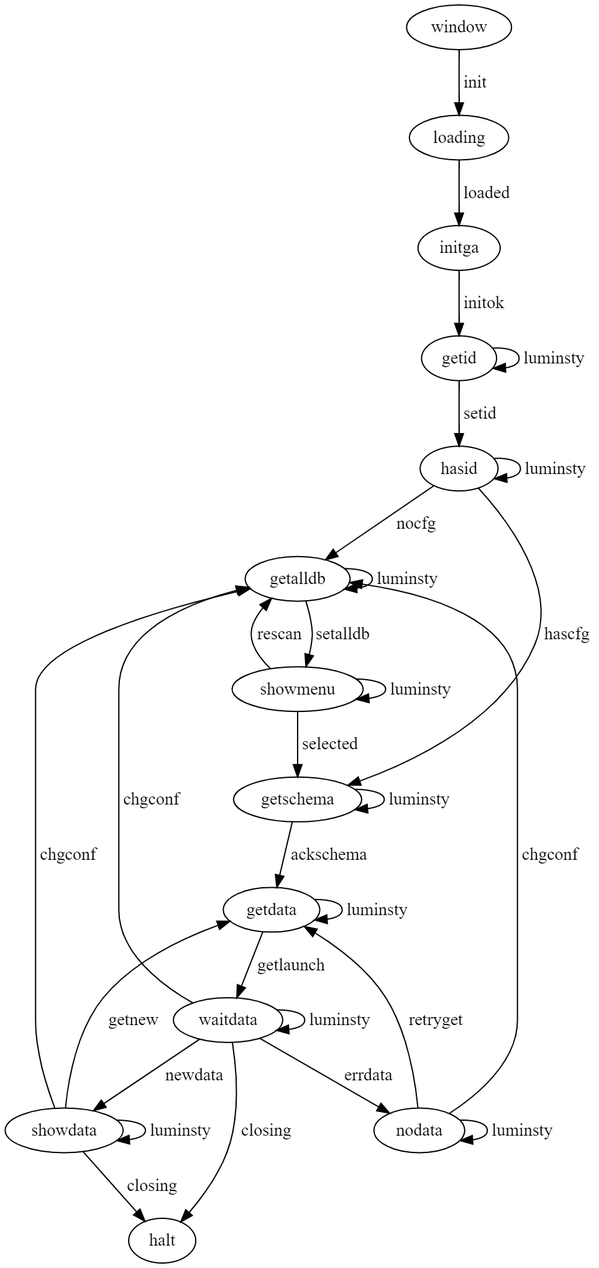
Above: instrujs/timestui/src/statemachine.png in rgleason/dashboard_tactics_pi (Graphviz), before the change. Its source is kept beside it as instrujs/timestui/src/statemachine.dot.
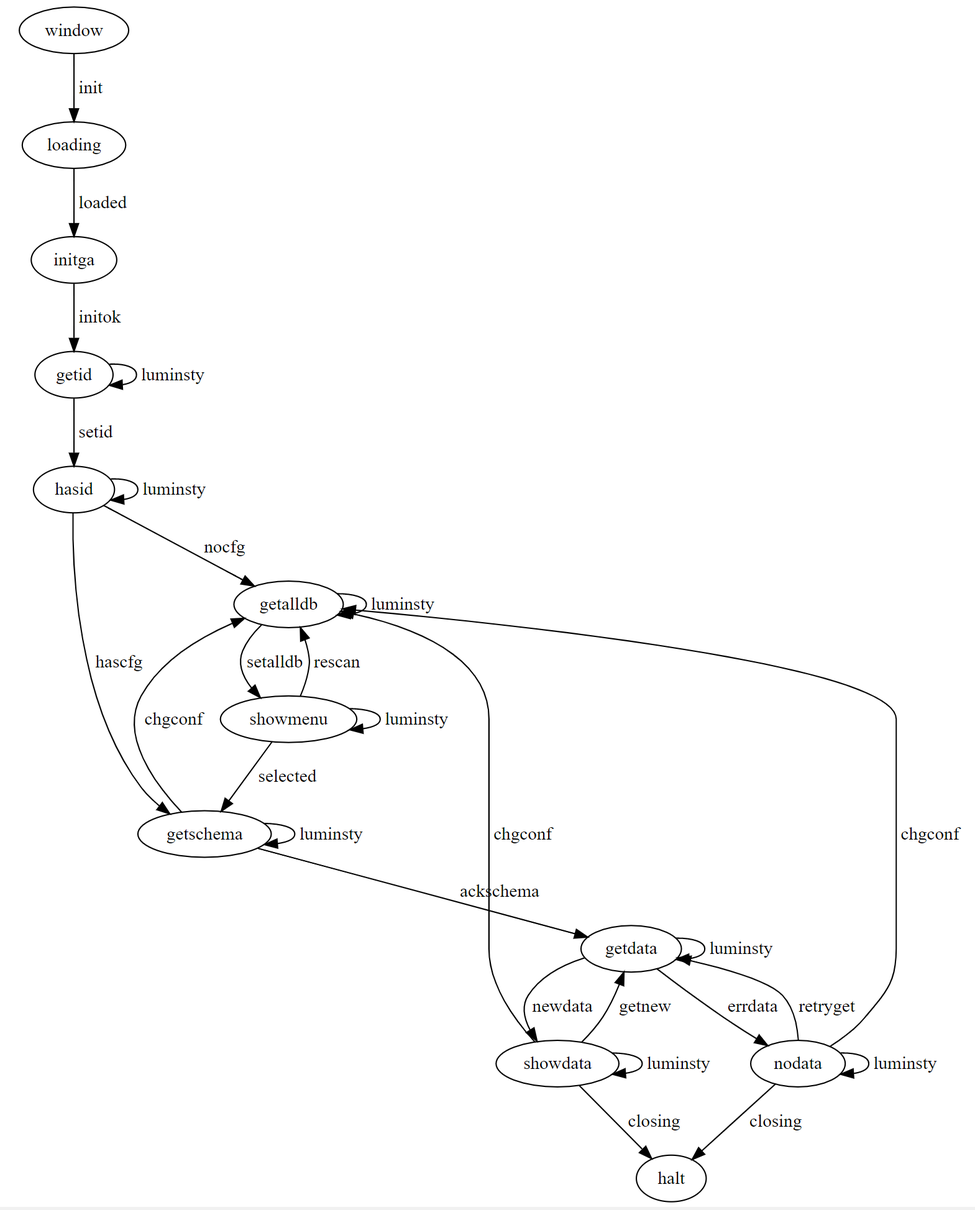
The same diagram one commit later.

Commit message:
Major mods: abs.TimeRange, statemachine, dbg

Diff of the diagram source:
```diff
@@ -9,7 +9,6 @@
   "showmenu";
   "getdata";
   "showdata";
-  "waitdata";
   "nodata";
   "halt";
   "window" -> "loading" [ label=" init " ];
@@ -23,11 +22,10 @@
   "showmenu" -> "getschema" [ label=" selected " ];
   "getschema" -> "getdata" [ label=" ackschema " ];
   "showdata" -> "getdata" [ label=" getnew " ];
-  "getdata" -> "waitdata" [ label=" getlaunch " ];
-  "waitdata" -> "showdata" [ label=" newdata " ];
-  "waitdata" -> "nodata" [ label=" errdata " ];
+  "getdata" -> "showdata" [ label=" newdata " ];
+  "getdata" -> "nodata" [ label=" errdata " ];
   "nodata" -> "getdata" [ label=" retryget " ];
-  "waitdata" -> "getalldb" [ label=" chgconf " ];
+  "getschema" -> "getalldb" [ label=" chgconf " ];
   "showdata" -> "getalldb" [ label=" chgconf " ];
   "nodata" -> "getalldb" [ label=" chgconf " ];
   "getid" -> "getid" [ label=" luminsty " ];
@@ -35,10 +33,9 @@
   "getschema" -> "getschema" [ label=" luminsty " ];
   "getalldb" -> "getalldb" [ label=" luminsty " ];
   "getdata" -> "getdata" [ label=" luminsty " ];
-  "waitdata" -> "waitdata" [ label=" luminsty " ];
   "nodata" -> "nodata" [ label=" luminsty " ];
   "showmenu" -> "showmenu" [ label=" luminsty " ];
   "showdata" -> "showdata" [ label=" luminsty " ];
-  "waitdata" -> "halt" [ label=" closing " ];
+  "nodata" -> "halt" [ label=" closing " ];
   "showdata" -> "halt" [ label=" closing " ];
 }
```
